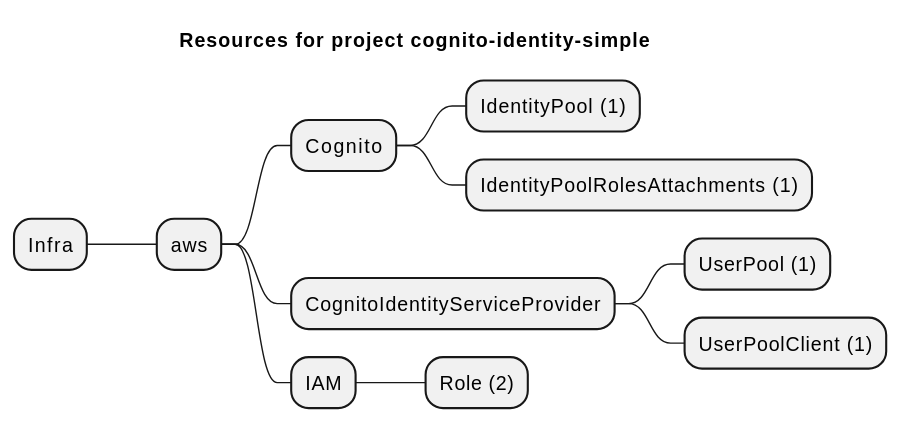
This is examples/aws/CognitoIdentity/cognito-identity-simple/artifacts/resources-mindmap.svg from grucloud/grucloud, a PlantUML export, as it was before one commit.
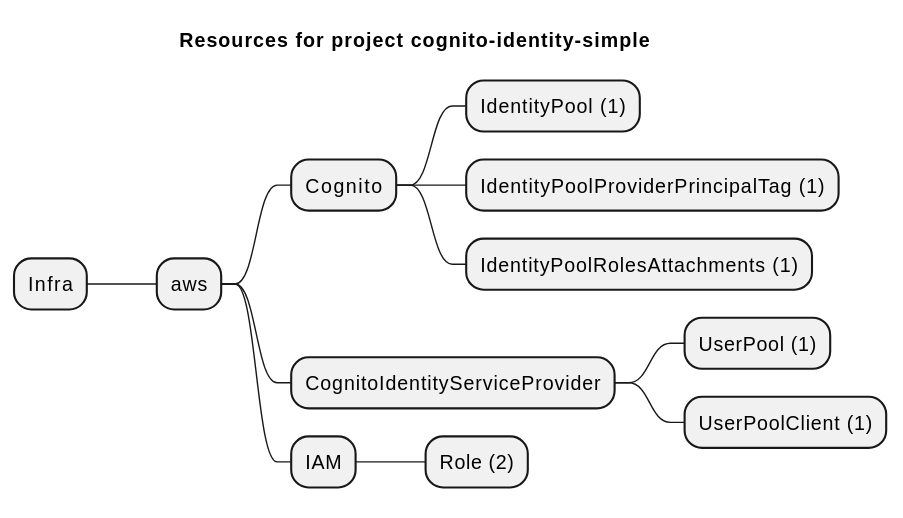
Above is the later version.

Diff of the diagram source:
```diff
@@ -5,6 +5,7 @@
 ++ aws
 +++ Cognito
 ++++ IdentityPool (1)
+++++ IdentityPoolProviderPrincipalTag (1)
 ++++ IdentityPoolRolesAttachments (1)
 +++ CognitoIdentityServiceProvider
 ++++ UserPool (1)
```
